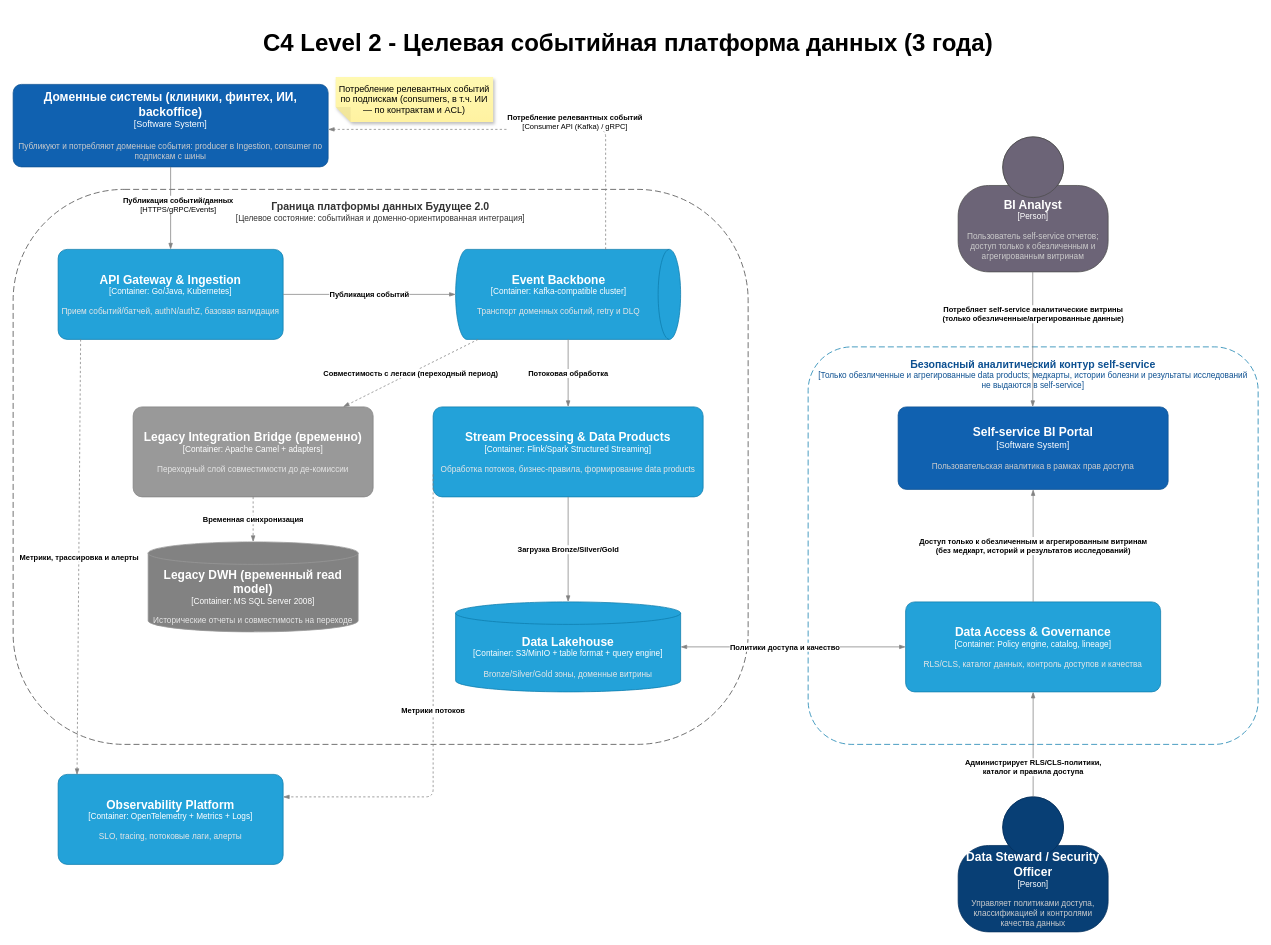
Before: Task3Advanced/c4-containers.drawio in aymanstepanova/architecture-future_pro_2_0, a draw.io diagram. Source tidied: cells renumbered, new cells numbered last; positions are measured from the earlier drawing's top-left corner, leaving out a move shared by most shapes. Both pictures are drawn from the tidied source at 75%, with x=0, y=0 at pixel (13, 16).
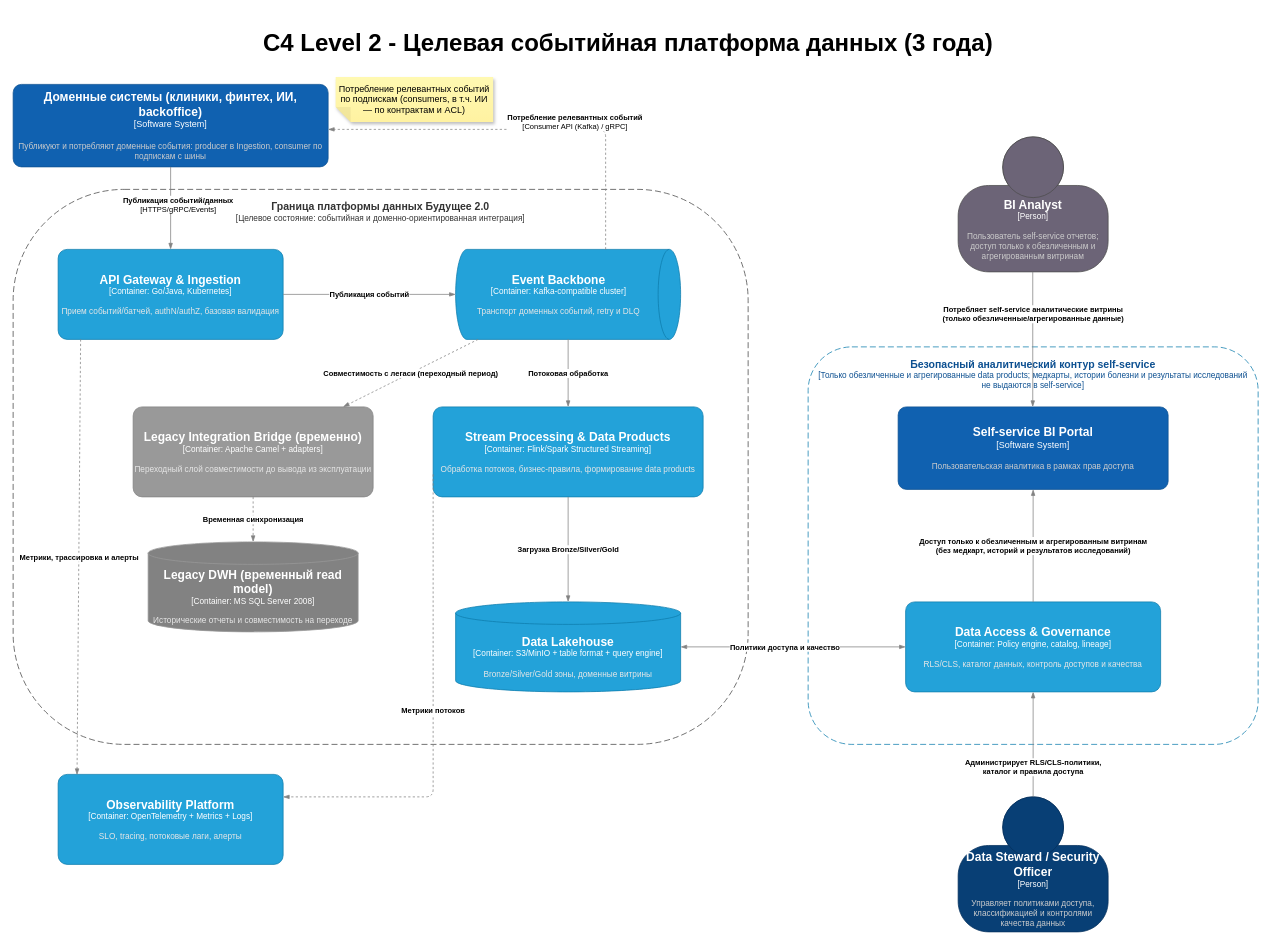
Above is the later version.

Commit message (it also covers changes not shown here):
Task3Advanced: целевая архитектура, карта рисков и план

Change to the diagram source:
```diff
@@
-    <object id="15" label="&lt;font style=&quot;font-size: 16px&quot;&gt;&lt;b&gt;%c4Name%&lt;/b&gt;&lt;/font&gt;&lt;div&gt;[%c4Type%: %c4Technology%]&lt;/div&gt;&lt;br&gt;&lt;div&gt;&lt;font style=&quot;font-size: 11px&quot;&gt;&lt;font color=&quot;#E6E6E6&quot;&gt;%c4Description%&lt;/font&gt;&lt;/div&gt;" c4Description="Переходный слой совместимости до де-комиссии" c4Name="Legacy Integration Bridge (временно)" c4Technology="Apache Camel + adapters" c4Type="Container" placeholders="1">
+    <object id="15" label="&lt;font style=&quot;font-size: 16px&quot;&gt;&lt;b&gt;%c4Name%&lt;/b&gt;&lt;/font&gt;&lt;div&gt;[%c4Type%: %c4Technology%]&lt;/div&gt;&lt;br&gt;&lt;div&gt;&lt;font style=&quot;font-size: 11px&quot;&gt;&lt;font color=&quot;#E6E6E6&quot;&gt;%c4Description%&lt;/font&gt;&lt;/div&gt;" c4Description="Переходный слой совместимости до вывода из эксплуатации" c4Name="Legacy Integration Bridge (временно)" c4Technology="Apache Camel + adapters" c4Type="Container" placeholders="1">
       <mxCell style="rounded=1;whiteSpace=wrap;html=1;fontSize=11;labelBackgroundColor=none;fillColor=#999999;fontColor=#ffffff;align=center;arcSize=10;strokeColor=#828282;points=[[0.25,0,0],[0.5,0,0],[0.75,0,0],[1,0.25,0],[1,0.5,0],[1,0.75,0],[0.75,1,0],[0.5,1,0],[0.25,1,0],[0,0.75,0],[0,0.5,0],[0,0.25,0]];" parent="1" vertex="1">
         <mxGeometry x="160" y="520" width="320" height="120" as="geometry" />
       </mxCell>
     </object>
```
